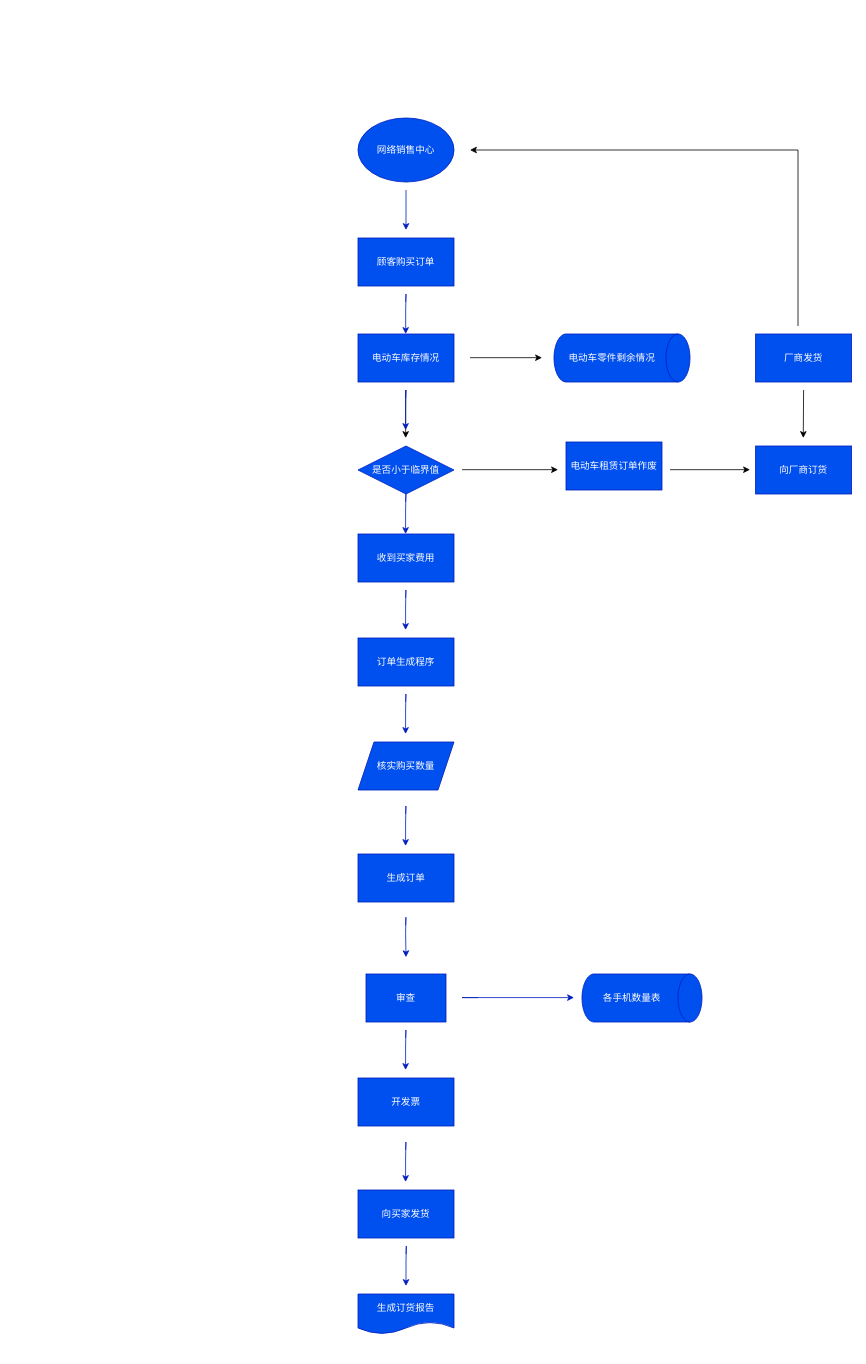
Above: 电动车租赁.drawio in XGYCBX/ChatGPT-Discord-Bot (draw.io), before the change. Source tidied: cells renumbered, new cells numbered last; positions are measured from the earlier drawing's top-left corner, leaving out a move shared by most shapes. Both pictures are drawn from the tidied source at 80%, with x=0, y=0 at pixel (358, 118).
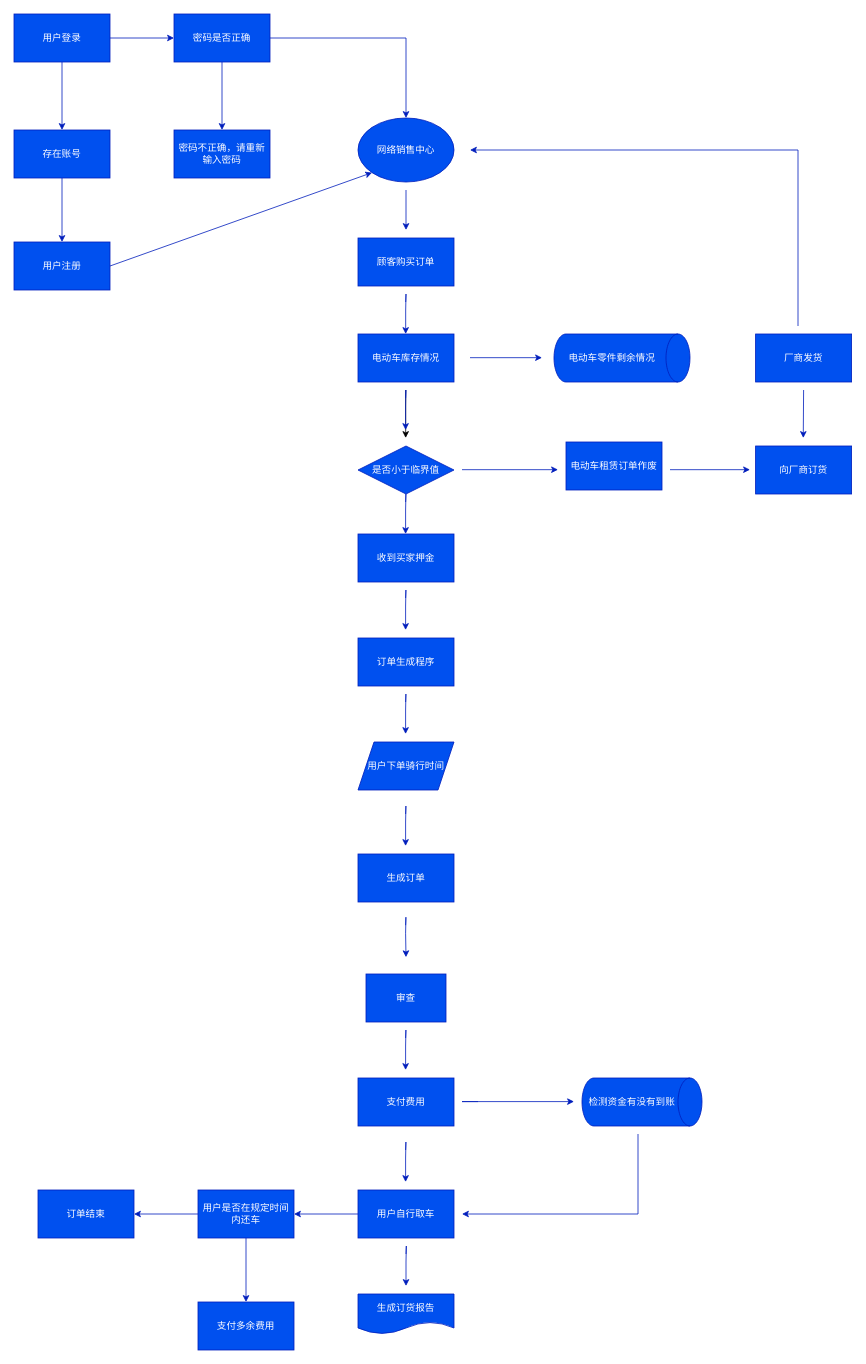
After the change.

Commit message (it also covers changes not shown here):
更新电动车租赁.drawio

The change refers to these unchanged cells:
```xml
<mxCell id="2" value="网络销售中心" style="ellipse;whiteSpace=wrap;html=1;fillColor=#0050ef;strokeColor=#001DBC;fontColor=#ffffff;" parent="1" vertex="1">
  <mxGeometry width="120" height="80" as="geometry" />
</mxCell>
```

What changed in the source:
```diff
@@
-    <mxCell id="8" value="收到买家费用" style="rounded=0;whiteSpace=wrap;html=1;fillColor=#0050ef;fontColor=#ffffff;strokeColor=#001DBC;" parent="1" vertex="1">
+    <mxCell id="8" value="收到买家押金" style="rounded=0;whiteSpace=wrap;html=1;fillColor=#0050ef;fontColor=#ffffff;strokeColor=#001DBC;" parent="1" vertex="1">
       <mxGeometry y="520" width="120" height="60" as="geometry" />
     </mxCell>
@@
-    <mxCell id="13" style="endArrow=classic;html=1;rounded=0;" parent="1" edge="1">
+    <mxCell id="13" style="endArrow=classic;html=1;rounded=0;fillColor=#0050ef;strokeColor=#001DBC;" parent="1" edge="1">
       <mxGeometry relative="1" as="geometry">
         <mxPoint x="130" y="439.6" as="sourcePoint" />
         <mxPoint x="250" y="439.6" as="targetPoint" />
       </mxGeometry>
     </mxCell>
@@
-    <mxCell id="15" style="endArrow=classic;html=1;rounded=0;" parent="1" edge="1">
+    <mxCell id="15" style="endArrow=classic;html=1;rounded=0;fillColor=#0050ef;strokeColor=#001DBC;" parent="1" edge="1">
       <mxGeometry relative="1" as="geometry">
         <mxPoint x="390" y="439.6" as="sourcePoint" />
         <mxPoint x="490" y="439.6" as="targetPoint" />
       </mxGeometry>
     </mxCell>
@@
-    <mxCell id="18" value="开发票" style="rounded=0;whiteSpace=wrap;html=1;fillColor=#0050ef;fontColor=#ffffff;strokeColor=#001DBC;" parent="1" vertex="1">
+    <mxCell id="18" value="支付费用" style="rounded=0;whiteSpace=wrap;html=1;fillColor=#0050ef;fontColor=#ffffff;strokeColor=#001DBC;" parent="1" vertex="1">
       <mxGeometry y="1200" width="120" height="60" as="geometry" />
     </mxCell>
-    <mxCell id="19" style="endArrow=classic;html=1;rounded=0;" parent="1" edge="1">
+    <mxCell id="19" style="endArrow=classic;html=1;rounded=0;fillColor=#0050ef;strokeColor=#001DBC;" parent="1" edge="1">
       <mxGeometry relative="1" as="geometry">
         <mxPoint x="557" y="340" as="sourcePoint" />
         <mxPoint x="556.6" y="400" as="targetPoint" />
       </mxGeometry>
     </mxCell>
-    <mxCell id="20" value="核实购买数量" style="shape=parallelogram;perimeter=parallelogramPerimeter;whiteSpace=wrap;html=1;fixedSize=1;fillColor=#0050ef;fontColor=#ffffff;strokeColor=#001DBC;" parent="1" vertex="1">
+    <mxCell id="20" value="用户下单骑行时间" style="shape=parallelogram;perimeter=parallelogramPerimeter;whiteSpace=wrap;html=1;fixedSize=1;fillColor=#0050ef;fontColor=#ffffff;strokeColor=#001DBC;" parent="1" vertex="1">
       <mxGeometry y="780" width="120" height="60" as="geometry" />
     </mxCell>
-    <mxCell id="21" style="endArrow=classic;html=1;rounded=0;" parent="1" edge="1">
+    <mxCell id="21" style="endArrow=classic;html=1;rounded=0;fillColor=#0050ef;strokeColor=#001DBC;" parent="1" edge="1">
       <mxGeometry relative="1" as="geometry">
         <mxPoint x="140" y="299.6" as="sourcePoint" />
         <mxPoint x="230" y="299.6" as="targetPoint" />
       </mxGeometry>
     </mxCell>
+    <mxCell id="37" style="edgeStyle=orthogonalEdgeStyle;rounded=0;jettySize=auto;html=1;fillColor=#0050ef;strokeColor=#001DBC;" parent="1" edge="1" source="22" target="47">
+      <mxGeometry relative="1" as="geometry" />
+    </mxCell>
-    <mxCell id="22" value="向买家发货" style="rounded=0;whiteSpace=wrap;html=1;fillColor=#0050ef;fontColor=#ffffff;strokeColor=#001DBC;" parent="1" vertex="1">
+    <mxCell id="22" value="用户自行取车" style="rounded=0;whiteSpace=wrap;html=1;fillColor=#0050ef;fontColor=#ffffff;strokeColor=#001DBC;" parent="1" vertex="1">
       <mxGeometry y="1340" width="120" height="60" as="geometry" />
     </mxCell>
@@
-    <mxCell id="25" style="endArrow=classic;html=1;rounded=0;" parent="1" edge="1">
+    <mxCell id="25" style="endArrow=classic;html=1;rounded=0;fillColor=#0050ef;strokeColor=#001DBC;" parent="1" edge="1">
       <mxGeometry relative="1" as="geometry">
         <mxPoint x="550" y="260" as="sourcePoint" />
         <mxPoint x="140" y="40" as="targetPoint" />
         <Array as="points">
           <mxPoint x="550" y="40" />
         </Array>
       </mxGeometry>
     </mxCell>
-    <mxCell id="26" value="各手机数量表" style="shape=cylinder3;whiteSpace=wrap;html=1;boundedLbl=1;backgroundOutline=1;size=15;direction=south;fillColor=#0050ef;fontColor=#ffffff;strokeColor=#001DBC;" parent="1" vertex="1">
-      <mxGeometry x="280" y="1070" width="150" height="60" as="geometry" />
+    <mxCell id="26" value="检测资金有没有到账" style="shape=cylinder3;whiteSpace=wrap;html=1;boundedLbl=1;backgroundOutline=1;size=15;direction=south;fillColor=#0050ef;fontColor=#ffffff;strokeColor=#001DBC;" parent="1" vertex="1">
+      <mxGeometry x="280" y="1200" width="150" height="60" as="geometry" />
     </mxCell>
@@
     <mxCell id="36" style="endArrow=classic;html=1;rounded=0;fillColor=#0050ef;strokeColor=#001DBC;" parent="1" edge="1">
       <mxGeometry relative="1" as="geometry">
-        <mxPoint x="150" y="1099.5" as="sourcePoint" />
-        <mxPoint x="270" y="1099.5" as="targetPoint" />
+        <mxPoint x="150" y="1229.5" as="sourcePoint" />
+        <mxPoint x="270" y="1229.5" as="targetPoint" />
         <Array as="points">
-          <mxPoint x="130" y="1099.5" />
-          <mxPoint x="150" y="1099.5" />
+          <mxPoint x="130" y="1229.5" />
+          <mxPoint x="150" y="1229.5" />
         </Array>
       </mxGeometry>
     </mxCell>
+    <mxCell id="38" value="用户登录" style="rounded=0;whiteSpace=wrap;html=1;fillColor=#0050ef;fontColor=#ffffff;strokeColor=#001DBC;" parent="1" vertex="1">
+      <mxGeometry x="-430" y="-130" width="120" height="60" as="geometry" />
+    </mxCell>
+    <mxCell id="39" value="用户注册" style="rounded=0;whiteSpace=wrap;html=1;fillColor=#0050ef;fontColor=#ffffff;strokeColor=#001DBC;" parent="1" vertex="1">
+      <mxGeometry x="-430" y="155" width="120" height="60" as="geometry" />
+    </mxCell>
+    <mxCell id="40" value="存在账号" style="rounded=0;whiteSpace=wrap;html=1;fillColor=#0050ef;fontColor=#ffffff;strokeColor=#001DBC;" parent="1" vertex="1">
+      <mxGeometry x="-430" y="15" width="120" height="60" as="geometry" />
+    </mxCell>
+    <mxCell id="41" value="密码是否正确" style="rounded=0;whiteSpace=wrap;html=1;fillColor=#0050ef;fontColor=#ffffff;strokeColor=#001DBC;" parent="1" vertex="1">
+      <mxGeometry x="-230" y="-130" width="120" height="60" as="geometry" />
+    </mxCell>
+    <mxCell id="42" value="密码不正确，请重新输入密码" style="rounded=0;whiteSpace=wrap;html=1;fillColor=#0050ef;fontColor=#ffffff;strokeColor=#001DBC;" parent="1" vertex="1">
+      <mxGeometry x="-230" y="15" width="120" height="60" as="geometry" />
+    </mxCell>
+    <mxCell id="43" style="endArrow=classic;html=1;rounded=0;entryX=0;entryY=0.5;entryDx=0;entryDy=0;exitX=1;exitY=0.5;exitDx=0;exitDy=0;fillColor=#0050ef;strokeColor=#001DBC;" parent="1" edge="1" source="38" target="41">
+      <mxGeometry relative="1" as="geometry" />
+    </mxCell>
+    <mxCell id="44" style="endArrow=classic;html=1;rounded=0;fillColor=#0050ef;strokeColor=#001DBC;" parent="1" edge="1">
+      <mxGeometry relative="1" as="geometry">
+        <mxPoint x="350" y="1270" as="sourcePoint" />
+        <mxPoint x="130" y="1370" as="targetPoint" />
+        <Array as="points">
+          <mxPoint x="350" y="1370" />
+        </Array>
+      </mxGeometry>
+    </mxCell>
+    <mxCell id="45" style="edgeStyle=orthogonalEdgeStyle;rounded=0;jettySize=auto;html=1;fillColor=#0050ef;strokeColor=#001DBC;" parent="1" edge="1" source="47" target="48">
+      <mxGeometry relative="1" as="geometry" />
+    </mxCell>
+    <mxCell id="46" style="edgeStyle=orthogonalEdgeStyle;rounded=0;jettySize=auto;html=1;fillColor=#0050ef;strokeColor=#001DBC;" parent="1" edge="1" source="47" target="49">
+      <mxGeometry relative="1" as="geometry" />
+    </mxCell>
+    <mxCell id="47" value="用户是否在规定时间内还车" style="whiteSpace=wrap;html=1;fillColor=#0050ef;strokeColor=#001DBC;fontColor=#ffffff;rounded=0;" parent="1" vertex="1">
+      <mxGeometry x="-200" y="1340" width="120" height="60" as="geometry" />
+    </mxCell>
+    <mxCell id="48" value="订单结束" style="rounded=0;whiteSpace=wrap;html=1;fillColor=#0050ef;strokeColor=#001DBC;fontColor=#ffffff;" parent="1" vertex="1">
+      <mxGeometry x="-400" y="1340" width="120" height="60" as="geometry" />
+    </mxCell>
+    <mxCell id="49" value="支付多余费用" style="rounded=0;whiteSpace=wrap;html=1;fillColor=#0050ef;strokeColor=#001DBC;fontColor=#ffffff;" parent="1" vertex="1">
+      <mxGeometry x="-200" y="1480" width="120" height="60" as="geometry" />
+    </mxCell>
+    <mxCell id="50" style="endArrow=classic;html=1;rounded=0;exitX=1;exitY=0.5;exitDx=0;exitDy=0;entryX=0.5;entryY=0;entryDx=0;entryDy=0;fillColor=#0050ef;strokeColor=#001DBC;" parent="1" edge="1" source="41" target="2">
+      <mxGeometry relative="1" as="geometry">
+        <Array as="points">
+          <mxPoint x="60" y="-100" />
+        </Array>
+      </mxGeometry>
+    </mxCell>
+    <mxCell id="51" style="endArrow=classic;html=1;rounded=0;entryX=0.5;entryY=0;entryDx=0;entryDy=0;exitX=0.5;exitY=1;exitDx=0;exitDy=0;fillColor=#0050ef;strokeColor=#001DBC;" parent="1" edge="1" source="38" target="40">
+      <mxGeometry relative="1" as="geometry" />
+    </mxCell>
+    <mxCell id="52" style="endArrow=classic;html=1;rounded=0;entryX=0.5;entryY=0;entryDx=0;entryDy=0;exitX=0.5;exitY=1;exitDx=0;exitDy=0;fillColor=#0050ef;strokeColor=#001DBC;" parent="1" edge="1" source="40" target="39">
+      <mxGeometry relative="1" as="geometry" />
+    </mxCell>
+    <mxCell id="53" style="endArrow=classic;html=1;rounded=0;exitX=1;exitY=0.5;exitDx=0;exitDy=0;entryX=0;entryY=1;entryDx=0;entryDy=0;fillColor=#0050ef;strokeColor=#001DBC;" parent="1" edge="1" source="39" target="2">
+      <mxGeometry relative="1" as="geometry" />
+    </mxCell>
+    <mxCell id="54" style="endArrow=classic;html=1;rounded=0;entryX=0.5;entryY=0;entryDx=0;entryDy=0;exitX=0.5;exitY=1;exitDx=0;exitDy=0;fillColor=#0050ef;strokeColor=#001DBC;" parent="1" edge="1" source="41" target="42">
+      <mxGeometry relative="1" as="geometry" />
+    </mxCell>
```
